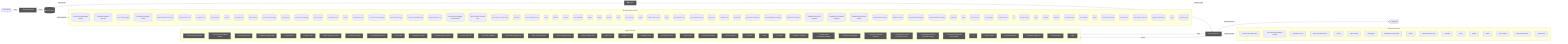
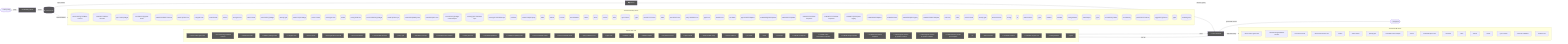
flowchart LR
  UserQ(["👤 User Query"])
  Embed["📐 Embedding Model"]
  VecDB[("📚 Vector Store")]
  Retriever["🔍 Retriever"]
  LLMNode["🧠 LLM / Generator"]
  Output(["✅ Response"])
  UserQ -->|query| Embed
  Embed -->|vector| VecDB
  VecDB -->|top-k chunks| Retriever
  Retriever -->|context + query| LLMNode
  LLMNode -->|generated answer| Output
  subgraph DetectedMemory["Detected memory stores"]
    det_detectedmemory_check_steering_feedback_contract_80134459[("check-steering-feedback-contract")]
    det_detectedmemory_normalize_workflow_contracts_8701f1c8[("normalize-workflow-contracts")]
    det_detectedmemory_sync_codex_preflight_7e7a8dc2[("sync-codex-preflight")]
    det_detectedmemory_test_harness_upgrade_matrix_84113c4e[("test-harness-upgrade-matrix")]
    det_detectedmemory_validate_workflow_contracts_33dc063c[("validate-workflow-contracts")]
    det_detectedmemory_branch_protect_core_a8feb0fd[("branch-protect-core")]
    det_detectedmemory_ci_migrate_core_7005b5af[("ci-migrate-core")]
    det_detectedmemory_context_health_80bb7da9[("context-health")]
    det_detectedmemory_context_ea7792a2[("context")]
    det_detectedmemory_docs_gate_core_eb9b6c18[("docs-gate-core")]
    det_detectedmemory_index_context_de3ed39d[("index-context")]
    det_detectedmemory_local_memory_preflight_dcc36c42[("local-memory-preflight")]
    det_detectedmemory_memory_gate_a577a506[("memory-gate")]
    det_detectedmemory_pattern_scope_siblings_43abe000[("pattern-scope-siblings")]
    det_detectedmemory_review_context_ca6cf81d[("review-context")]
    det_detectedmemory_review_gate_core_4c8001f9[("review-gate-core")]
    det_detectedmemory_search_24193290[("search")]
    det_detectedmemory_tooling_audit_core_328d6a41[("tooling-audit-core")]
    det_detectedmemory_run_local_memory_preflight_36e92808[("run-local-memory-preflight")]
    det_detectedmemory_branch_protect_sync_570adb18[("branch-protect-sync")]
    det_detectedmemory_command_capability_rules_ca3f496a[("command-capability-rules")]
    det_detectedmemory_command_specs_core_1c0ffc99[("command-specs-core")]
    det_detectedmemory_local_memory_preflight_command_spec_9e23f3ce[("local-memory-preflight-command-spec")]
    det_detectedmemory_memory_gate_command_spec_dc9001a9[("memory-gate-command-spec")]
    det_detectedmemory_review_gate_command_spec_3187376a[("review-gate-command-spec")]
    det_detectedmemory_constants_7517017f[("constants")]
    det_detectedmemory_context_compact_policy_3dcaf95d[("context-compact-policy")]
    det_detectedmemory_index_1bc04b52[("index")]
    det_detectedmemory_indexer_70fa78e5[("indexer")]
    det_detectedmemory_init_error_5c7dd49f[("init-error")]
    det_detectedmemory_lexical_fallback_723e2b3e[("lexical-fallback")]
    det_detectedmemory_ollama_76e3c7bf[("ollama")]
    det_detectedmemory_rollout_a4fa034c[("rollout")]
    det_detectedmemory_sources_878a52fc[("sources")]
    det_detectedmemory_store_824d80d7[("store")]
    det_detectedmemory_sync_contract_c79fa191[("sync-contract")]
    det_detectedmemory_types_3_9675d69b[("types")]
    det_detectedmemory_harness_run_context_ac7c77a9[("harness-run-context")]
    det_detectedmemory_index_1_faebc14e[("index")]
    det_detectedmemory_json_schema_core_96d7e328[("json-schema-core")]
    det_detectedmemory_policy_validators_core_714a3fe7[("policy-validators-core")]
    det_detectedmemory_types_core_e405ddca[("types-core")]
    det_detectedmemory_validator_core_4358f8ba[("validator-core")]
    det_detectedmemory_init_modes_c05ceb07[("init-modes")]
    det_detectedmemory_project_brain_templates_7ef51530[("project-brain-templates")]
    det_detectedmemory_scaffold_diagram_templates_dd88e83c[("scaffold-diagram-templates")]
    det_detectedmemory_scaffold_doc_templates_f6152330[("scaffold-doc-templates")]
    det_detectedmemory_scaffold_environment_templates_c1ceba6a[("scaffold-environment-templates")]
    det_detectedmemory_scaffold_root_command_templates_404fed7f[("scaffold-root-command-templates")]
    det_detectedmemory_scaffold_script_template_registry_69312d4e[("scaffold-script-template-registry")]
    det_detectedmemory_scaffold_shell_templates_0ad0f915[("scaffold-shell-templates")]
    det_detectedmemory_scaffold_surfaces_12d6494e[("scaffold-surfaces")]
    det_detectedmemory_scaffold_template_registry_b1cce2aa[("scaffold-template-registry")]
    det_detectedmemory_scaffold_workflow_template_92310587[("scaffold-workflow-template")]
    det_detectedmemory_eval_seed_5699fd3e[("eval-seed")]
    det_detectedmemory_index_4_013aa0e3[("index")]
    det_detectedmemory_review_context_1_e3afed15[("review-context")]
    det_detectedmemory_memory_gate_1_265164ac[("memory-gate")]
    det_detectedmemory_branch_enforcer_acb749cd[("branch-enforcer")]
+     det_detectedmemory_cli_args_d3dd4287[("cli-args")]
    det_detectedmemory_cli_2_10bc8a77[("cli")]
    det_detectedmemory_metrics_tracker_98cec29c[("metrics-tracker")]
    det_detectedmemory_types_10_75e5a4a0[("types")]
    det_detectedmemory_validator_4_5180cf23[("validator")]
    det_detectedmemory_classifier_fe1991a9[("classifier")]
    det_detectedmemory_tooling_baseline_50ab2eeb[("tooling-baseline")]
    det_detectedmemory_claim_helpers_20dc8387[("claim-helpers")]
    det_detectedmemory_types_14_fe7507be[("types")]
    det_detectedmemory_local_memory_smoke_1175abfc[("local-memory-smoke")]
    det_detectedmemory_local_memory_0db17ecc[("local-memory")]
    det_detectedmemory_performance_overload_c685bfcf[("performance-overload")]
    det_detectedmemory_suggestion_generator_0956f794[("suggestion-generator")]
    det_detectedmemory_types_19_eb4ad5f0[("types")]
    det_detectedmemory_overload_guard_2748c559[("overload-guard")]
  end
  VecDB -. "implemented by" .-> DetectedMemory
  subgraph DetectedLLM["Detected LLM clients"]
    det_detectedllm_check_codex_agent_roles_5bb2e89b["check-codex-agent-roles"]
    det_detectedllm_check_steering_feedback_contract_80134459["check-steering-feedback-contract"]
    det_detectedllm_run_harness_evals_77704768["run-harness-evals"]
    det_detectedllm_check_environment_core_2c16213f["check-environment-core"]
    det_detectedllm_context_ea7792a2["context"]
    det_detectedllm_index_context_de3ed39d["index-context"]
    det_detectedllm_prompt_gate_c5e9d207["prompt-gate"]
    det_detectedllm_remediate_runner_helpers_929fedcc["remediate-runner-helpers"]
    det_detectedllm_search_24193290["search"]
    det_detectedllm_command_specs_core_1c0ffc99["command-specs-core"]
    det_detectedllm_constants_7517017f["constants"]
    det_detectedllm_index_1bc04b52["index"]
    det_detectedllm_indexer_70fa78e5["indexer"]
    det_detectedllm_ollama_76e3c7bf["ollama"]
    det_detectedllm_sync_contract_c79fa191["sync-contract"]
    det_detectedllm_north_star_validators_cfc926ce["north-star-validators"]
    det_detectedllm_sensitive_text_7c11f760["sensitive-text"]
  end
  LLMNode -. "implemented by" .-> DetectedLLM
  subgraph DetectedTools["Agentic tool calls"]
    det_detectedtools_check_codex_agent_roles_5bb2e89b["🔧 check-codex-agent-roles"]
    det_detectedtools_check_steering_feedback_contract_80134459["🔧 check-steering-feedback-contract"]
    det_detectedtools_run_harness_evals_77704768["🔧 run-harness-evals"]
    det_detectedtools_validate_packaged_skill_5e32c890["🔧 validate-packaged-skill"]
    det_detectedtools_ci_migrate_core_7005b5af["🔧 ci-migrate-core"]
    det_detectedtools_doctor_checks_5a2eb2b9["🔧 doctor-checks"]
    det_detectedtools_doctor_github_tool_checks_a53b0382["🔧 doctor-github-tool-checks"]
    det_detectedtools_doctor_tool_checks_4acac51a["🔧 doctor-tool-checks"]
    det_detectedtools_next_blocked_decisions_4140ad2b["🔧 next-blocked-decisions"]
    det_detectedtools_policy_gate_213f7313["🔧 policy-gate"]
    det_detectedtools_remediate_cli_output_cc165396["🔧 remediate-cli-output"]
    det_detectedtools_remediate_runner_helpers_929fedcc["🔧 remediate-runner-helpers"]
    det_detectedtools_review_gate_core_4c8001f9["🔧 review-gate-core"]
    det_detectedtools_command_capabilities_a4d5c71e["🔧 command-capabilities"]
    det_detectedtools_command_capability_rules_ca3f496a["🔧 command-capability-rules"]
    det_detectedtools_linear_command_actions_e430f4f4["🔧 linear-command-actions"]
    det_detectedtools_linear_command_runner_4a740dfc["🔧 linear-command-runner"]
    det_detectedtools_policy_validators_core_714a3fe7["🔧 policy-validators-core"]
    det_detectedtools_types_core_e405ddca["🔧 types-core"]
    det_detectedtools_validator_core_4358f8ba["🔧 validator-core"]
    det_detectedtools_validator_helpers_7b927667["🔧 validator-helpers"]
    det_detectedtools_he_phase_exit_core_1148895b["🔧 he-phase-exit-core"]
    det_detectedtools_ralph_runtime_73d63c0e["🔧 ralph-runtime"]
    det_detectedtools_observed_skill_usage_ed7d5930["🔧 observed-skill-usage"]
    det_detectedtools_closure_evidence_aaa31467["🔧 closure-evidence"]
    det_detectedtools_pr_creator_dc6b1ea4["🔧 pr-creator"]
    det_detectedtools_client_948fe603["🔧 client"]
    det_detectedtools_init_output_360dce91["🔧 init-output"]
    det_detectedtools_scaffold_ci_templates_2afd6392["🔧 scaffold-ci-templates"]
    det_detectedtools_scaffold_codex_environment_templates_334fbbed["🔧 scaffold-codex-environment-templates"]
    det_detectedtools_scaffold_config_templates_4b80ce53["🔧 scaffold-config-templates"]
    det_detectedtools_scaffold_environment_templates_c1ceba6a["🔧 scaffold-environment-templates"]
    det_detectedtools_scaffold_github_actions_pr_pipeline_renderer_1ee18de5["🔧 scaffold-github-actions-pr-pipeline-renderer"]
    det_detectedtools_scaffold_github_actions_pr_pipeline_template_e2b85f62["🔧 scaffold-github-actions-pr-pipeline-template"]
    det_detectedtools_scaffold_release_private_npm_template_075499f8["🔧 scaffold-release-private-npm-template"]
    det_detectedtools_cli_2_10bc8a77["🔧 cli"]
    det_detectedtools_metrics_tracker_98cec29c["🔧 metrics-tracker"]
    det_detectedtools_normalise_renderer_85f2e563["🔧 normalise-renderer"]
    det_detectedtools_evaluation_engine_core_e054fe49["🔧 evaluation-engine-core"]
    det_detectedtools_tooling_baseline_50ab2eeb["🔧 tooling-baseline"]
    det_detectedtools_types_21_5756f9dc["🔧 types"]
  end
  LLMNode -->|tool use| DetectedTools
  DetectedTools -->|result| LLMNode
  classDef memNode fill:#555,color:#fff
  class VecDB,Retriever memNode
  classDef llmNode fill:#555,color:#fff
  class LLMNode,Embed llmNode
  classDef toolNode fill:#555,color:#fff
  class det_detectedtools_check_codex_agent_roles_5bb2e89b,det_detectedtools_check_steering_feedback_contract_80134459,det_detectedtools_run_harness_evals_77704768,det_detectedtools_validate_packaged_skill_5e32c890,det_detectedtools_ci_migrate_core_7005b5af,det_detectedtools_doctor_checks_5a2eb2b9,det_detectedtools_doctor_github_tool_checks_a53b0382,det_detectedtools_doctor_tool_checks_4acac51a,det_detectedtools_next_blocked_decisions_4140ad2b,det_detectedtools_policy_gate_213f7313,det_detectedtools_remediate_cli_output_cc165396,det_detectedtools_remediate_runner_helpers_929fedcc,det_detectedtools_review_gate_core_4c8001f9,det_detectedtools_command_capabilities_a4d5c71e,det_detectedtools_command_capability_rules_ca3f496a,det_detectedtools_linear_command_actions_e430f4f4,det_detectedtools_linear_command_runner_4a740dfc,det_detectedtools_policy_validators_core_714a3fe7,det_detectedtools_types_core_e405ddca,det_detectedtools_validator_core_4358f8ba,det_detectedtools_validator_helpers_7b927667,det_detectedtools_he_phase_exit_core_1148895b,det_detectedtools_ralph_runtime_73d63c0e,det_detectedtools_observed_skill_usage_ed7d5930,det_detectedtools_closure_evidence_aaa31467,det_detectedtools_pr_creator_dc6b1ea4,det_detectedtools_client_948fe603,det_detectedtools_init_output_360dce91,det_detectedtools_scaffold_ci_templates_2afd6392,det_detectedtools_scaffold_codex_environment_templates_334fbbed,det_detectedtools_scaffold_config_templates_4b80ce53,det_detectedtools_scaffold_environment_templates_c1ceba6a,det_detectedtools_scaffold_github_actions_pr_pipeline_renderer_1ee18de5,det_detectedtools_scaffold_github_actions_pr_pipeline_template_e2b85f62,det_detectedtools_scaffold_release_private_npm_template_075499f8,det_detectedtools_cli_2_10bc8a77,det_detectedtools_metrics_tracker_98cec29c,det_detectedtools_normalise_renderer_85f2e563,det_detectedtools_evaluation_engine_core_e054fe49,det_detectedtools_tooling_baseline_50ab2eeb,det_detectedtools_types_21_5756f9dc toolNode
